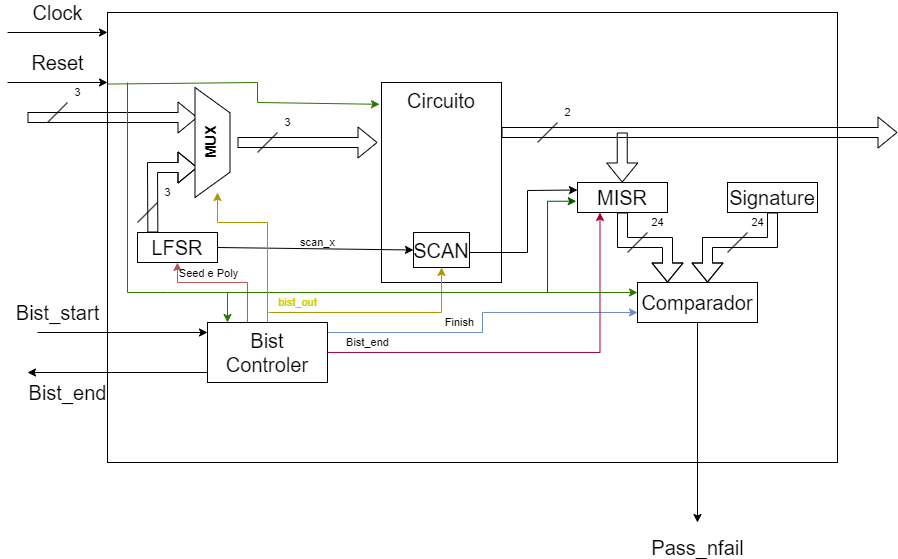
This is Projeto2/Diagramapng.png from victor-macedo/PTFSE, a draw.io export, as it was before one commit. Source tidied: cells renumbered, new cells last; positions are measured from the earlier drawing's top-left corner, leaving out a move shared by most shapes.
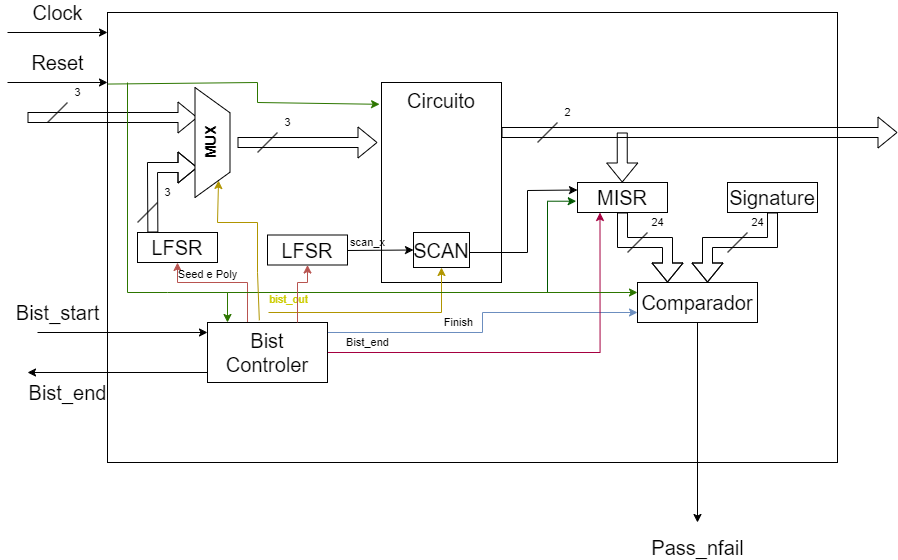
After the commit.

What changed in the source:
```diff
@@ -94,8 +94,10 @@
     <mxCell id="18" value="&lt;font style=&quot;font-size: 20px;&quot;&gt;SCAN&lt;/font&gt;" style="rounded=0;whiteSpace=wrap;html=1;" parent="1" vertex="1">
       <mxGeometry x="406" y="220" width="56" height="35" as="geometry" />
     </mxCell>
-    <mxCell id="19" value="scan_x" style="endArrow=classic;html=1;rounded=0;entryX=0;entryY=0.5;entryDx=0;entryDy=0;exitX=1;exitY=0.5;exitDx=0;exitDy=0;labelBackgroundColor=none;" parent="1" edge="1" source="13" target="18">
-      <mxGeometry x="0.02" y="6" relative="1" as="geometry" />
+    <mxCell id="19" value="scan_x" style="endArrow=classic;html=1;rounded=0;entryX=0;entryY=0.5;entryDx=0;entryDy=0;labelBackgroundColor=none;" parent="1" edge="1" target="18">
+      <mxGeometry x="-0.39" y="8" relative="1" as="geometry">
+        <mxPoint x="340" y="238" as="sourcePoint" />
+      </mxGeometry>
     </mxCell>
     <mxCell id="20" style="shape=flexArrow;endArrow=classic;html=1;rounded=0;exitX=1;exitY=0.25;exitDx=0;exitDy=0;" parent="1" edge="1" source="12">
       <mxGeometry relative="1" as="geometry">
@@ -228,12 +230,11 @@
         <mxPoint x="20" as="offset" />
       </mxGeometry>
     </mxCell>
-    <mxCell id="39" value="bist_out" style="endArrow=classic;html=1;rounded=0;entryX=0.5;entryY=1;entryDx=0;entryDy=0;fillColor=#e3c800;strokeColor=#B09500;fontColor=#CCCC00;" parent="1" edge="1">
+    <mxCell id="39" value="bist_out" style="endArrow=classic;html=1;rounded=0;entryX=0;entryY=0.75;entryDx=0;entryDy=0;fillColor=#e3c800;strokeColor=#B09500;fontColor=#CCCC00;exitX=0.432;exitY=-0.037;exitDx=0;exitDy=0;exitPerimeter=0;" parent="1" edge="1" source="11" target="40">
       <mxGeometry x="-0.78" y="-30" relative="1" as="geometry">
-        <mxPoint x="260" y="310" as="sourcePoint" />
-        <mxPoint x="210" y="180" as="targetPoint" />
         <Array as="points">
-          <mxPoint x="260" y="210" />
+          <mxPoint x="250" y="260" />
+          <mxPoint x="250" y="210" />
           <mxPoint x="210" y="210" />
         </Array>
       </mxGeometry>
@@ -241,5 +242,16 @@
     <mxCell id="40" value="&lt;b&gt;&lt;font style=&quot;font-size: 15px;&quot;&gt;MUX&lt;/font&gt;&lt;/b&gt;" style="verticalLabelPosition=middle;verticalAlign=top;shape=trapezoid;perimeter=trapezoidPerimeter;size=0.23;arcSize=10;flipV=1;labelPosition=center;align=center;rotation=-90;spacingBottom=0;html=1;whiteSpace=wrap;direction=east;horizontal=1;" parent="1" vertex="1">
       <mxGeometry x="150" y="112.5" width="110" height="35" as="geometry" />
     </mxCell>
+    <mxCell id="41" value="&lt;font style=&quot;font-size: 20px;&quot;&gt;LFSR&lt;/font&gt;" style="rounded=0;whiteSpace=wrap;html=1;" parent="1" vertex="1">
+      <mxGeometry x="260" y="222.5" width="80" height="30" as="geometry" />
+    </mxCell>
+    <mxCell id="42" style="edgeStyle=orthogonalEdgeStyle;rounded=0;jettySize=auto;html=1;fillColor=#f8cecc;strokeColor=#b85450;entryX=0.5;entryY=1;entryDx=0;entryDy=0;exitX=0.75;exitY=0;exitDx=0;exitDy=0;" parent="1" edge="1" source="11" target="41">
+      <mxGeometry relative="1" as="geometry">
+        <Array as="points">
+          <mxPoint x="290" y="270" />
+          <mxPoint x="300" y="270" />
+        </Array>
+      </mxGeometry>
+    </mxCell>
   </root>
 </mxGraphModel>
```
